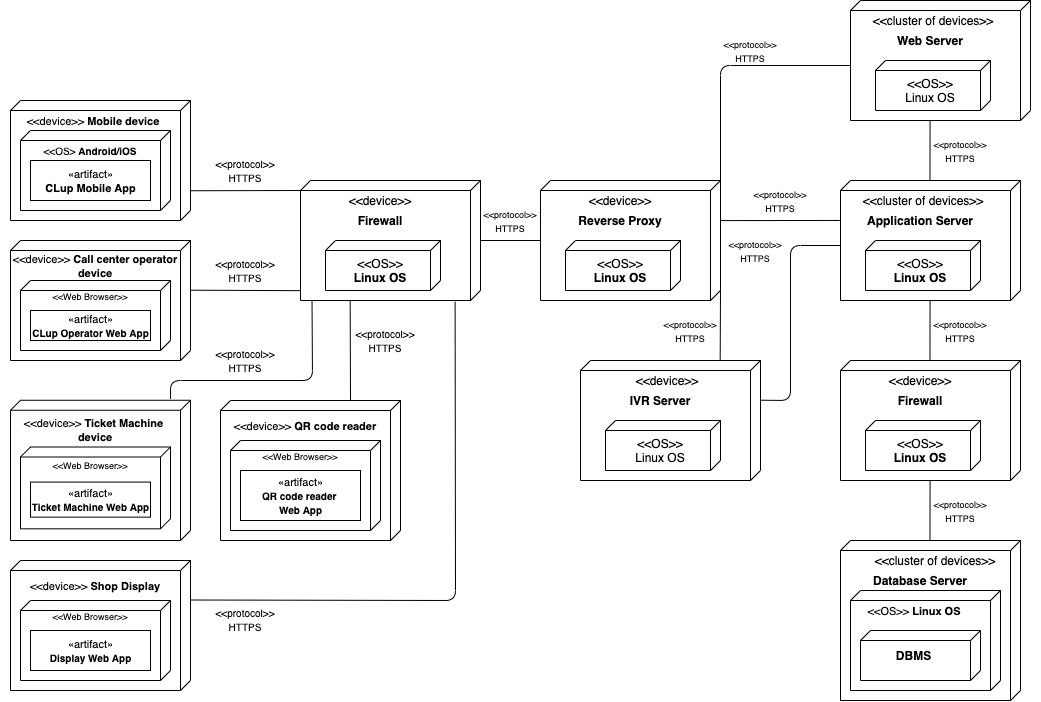
This is DD/Deployment View diagram/deployment diagram.png from CosimoSguanci/SguanciSpataforaVergani-RASD-DD-ingsw2, a draw.io export, as it was before one commit. Source tidied: cells renumbered, new cells last; positions are measured from the earlier drawing's top-left corner, leaving out a move shared by most shapes.
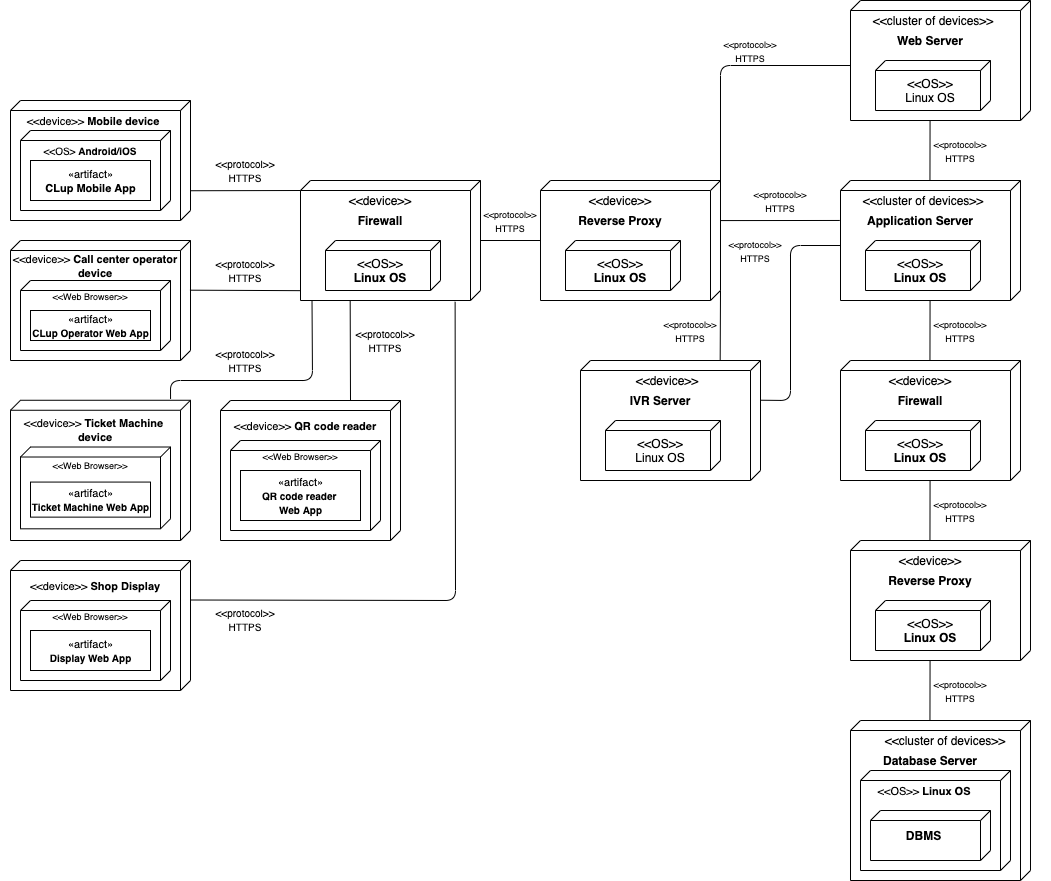
After the change.

Commit message:
added reverse proxy behind the replicated DB cluster

Change to the diagram source:
```diff
@@ -167,7 +167,7 @@
       <mxGeometry x="920" y="319.8" width="80" height="20" as="geometry" />
     </mxCell>
     <mxCell id="54" style="group;" parent="1" vertex="1">
-      <mxGeometry x="840" y="540" width="200" height="160" as="geometry" />
+      <mxGeometry x="850" y="720" width="200" height="160" as="geometry" />
     </mxCell>
     <mxCell id="55" style="verticalAlign=top;align=left;spacingTop=8;spacingLeft=2;spacingRight=12;shape=cube;size=10;direction=south;fontStyle=4;html=1;" parent="54" vertex="1">
       <mxGeometry width="180" height="160" as="geometry" />
@@ -353,5 +353,32 @@
     <mxCell id="109" value="&lt;font style=&quot;font-size: 10px&quot;&gt;&amp;lt;&amp;lt;protocol&amp;gt;&amp;gt;&lt;br&gt;HTTPS&lt;/font&gt;" style="text;html=1;strokeColor=none;fillColor=none;align=center;verticalAlign=middle;whiteSpace=wrap;rounded=0;" parent="108" vertex="1">
       <mxGeometry width="110" height="20" as="geometry" />
     </mxCell>
+    <mxCell id="110" style="group;" parent="1" vertex="1">
+      <mxGeometry x="850" y="540" width="180" height="120" as="geometry" />
+    </mxCell>
+    <mxCell id="111" style="verticalAlign=top;align=left;spacingTop=8;spacingLeft=2;spacingRight=12;shape=cube;size=10;direction=south;fontStyle=4;html=1;" parent="110" vertex="1">
+      <mxGeometry width="180" height="120" as="geometry" />
+    </mxCell>
+    <mxCell id="112" value="&amp;lt;&amp;lt;device&amp;gt;&amp;gt;" style="text;html=1;strokeColor=none;fillColor=none;align=center;verticalAlign=middle;whiteSpace=wrap;rounded=0;" parent="110" vertex="1">
+      <mxGeometry x="60" y="10" width="40" height="20" as="geometry" />
+    </mxCell>
+    <mxCell id="113" value="&lt;b&gt;Reverse Proxy&lt;/b&gt;" style="text;html=1;strokeColor=none;fillColor=none;align=center;verticalAlign=middle;whiteSpace=wrap;rounded=0;" parent="110" vertex="1">
+      <mxGeometry x="25" y="30" width="110" height="20" as="geometry" />
+    </mxCell>
+    <mxCell id="114" style="verticalAlign=top;align=left;spacingTop=8;spacingLeft=2;spacingRight=12;shape=cube;size=10;direction=south;fontStyle=4;html=1;strokeColor=#000000;" parent="110" vertex="1">
+      <mxGeometry x="25" y="60" width="115" height="50" as="geometry" />
+    </mxCell>
+    <mxCell id="115" value="&amp;lt;&amp;lt;OS&amp;gt;&amp;gt;&lt;br&gt;&lt;b&gt;Linux OS&lt;/b&gt;" style="text;html=1;strokeColor=none;fillColor=none;align=center;verticalAlign=middle;whiteSpace=wrap;rounded=0;" parent="110" vertex="1">
+      <mxGeometry x="51.2" y="80" width="57.5" height="20" as="geometry" />
+    </mxCell>
+    <mxCell id="116" style="endArrow=none;html=1;exitX=1.002;exitY=0.558;exitDx=0;exitDy=0;exitPerimeter=0;entryX=-0.002;entryY=0.503;entryDx=0;entryDy=0;entryPerimeter=0;" parent="1" edge="1">
+      <mxGeometry relative="1" as="geometry">
+        <mxPoint x="929.6" y="660" as="sourcePoint" />
+        <mxPoint x="929.5" y="719.5" as="targetPoint" />
+      </mxGeometry>
+    </mxCell>
+    <mxCell id="117" value="&lt;font style=&quot;font-size: 9px&quot;&gt;&amp;lt;&amp;lt;protocol&amp;gt;&amp;gt;&lt;br&gt;HTTPS&lt;/font&gt;" style="text;html=1;strokeColor=none;fillColor=none;align=center;verticalAlign=middle;whiteSpace=wrap;rounded=0;" parent="1" vertex="1">
+      <mxGeometry x="920" y="679.8" width="80" height="20" as="geometry" />
+    </mxCell>
   </root>
 </mxGraphModel>
```
